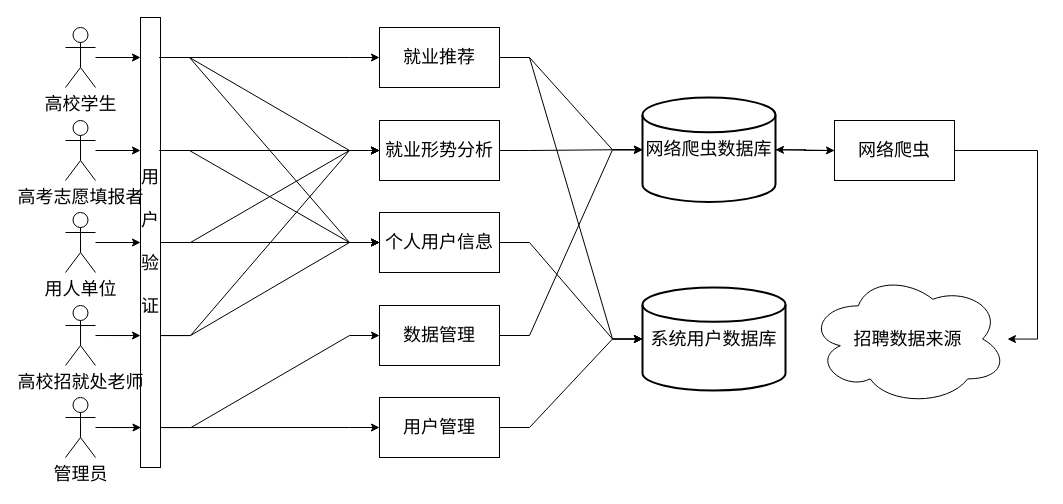
This is 项目文档/系统结构设计/整体框架.drawio from xltx-wu/Employment-analysis-and-recommendation-system, a draw.io file, before an edit. Source tidied: cells renumbered, new cells numbered last; positions are measured from the earlier drawing's top-left corner, leaving out a move shared by most shapes. Both pictures are drawn from the tidied source at 100%, with x=0, y=0 at pixel (65, 17).
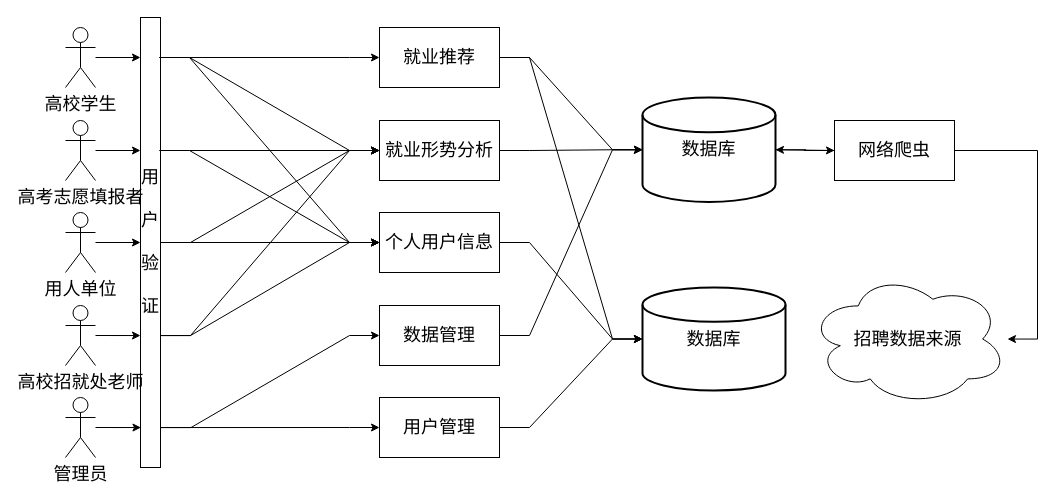
After the change.

Diff of the diagram source:
```diff
@@
-    <mxCell id="37" value="&lt;span style=&quot;font-size: 18px;&quot;&gt;网络爬虫数据库&lt;/span&gt;" style="strokeWidth=2;html=1;shape=mxgraph.flowchart.database;whiteSpace=wrap;shadow=0;fillColor=none;labelBackgroundColor=none;fontColor=#000000;strokeColor=#000000;fontSize=18;fontStyle=0;fontFamily=Helvetica;" parent="1" vertex="1">
+    <mxCell id="37" value="&lt;span style=&quot;font-size: 18px&quot;&gt;数据库&lt;/span&gt;" style="strokeWidth=2;html=1;shape=mxgraph.flowchart.database;whiteSpace=wrap;shadow=0;fillColor=none;labelBackgroundColor=none;fontColor=#000000;strokeColor=#000000;fontSize=18;fontStyle=0;fontFamily=Helvetica;" parent="1" vertex="1">
       <mxGeometry x="577" y="80" width="133" height="104.5" as="geometry" />
     </mxCell>
-    <mxCell id="38" value="&lt;span style=&quot;font-size: 18px;&quot;&gt;系统用户数据库&lt;/span&gt;" style="strokeWidth=2;html=1;shape=mxgraph.flowchart.database;whiteSpace=wrap;shadow=0;fillColor=none;labelBackgroundColor=none;fontColor=#000000;strokeColor=#000000;fontSize=18;fontStyle=0;fontFamily=Helvetica;" parent="1" vertex="1">
+    <mxCell id="38" value="&lt;span style=&quot;font-size: 18px&quot;&gt;数据库&lt;/span&gt;" style="strokeWidth=2;html=1;shape=mxgraph.flowchart.database;whiteSpace=wrap;shadow=0;fillColor=none;labelBackgroundColor=none;fontColor=#000000;strokeColor=#000000;fontSize=18;fontStyle=0;fontFamily=Helvetica;" parent="1" vertex="1">
       <mxGeometry x="577" y="270" width="143" height="103" as="geometry" />
     </mxCell>
```
